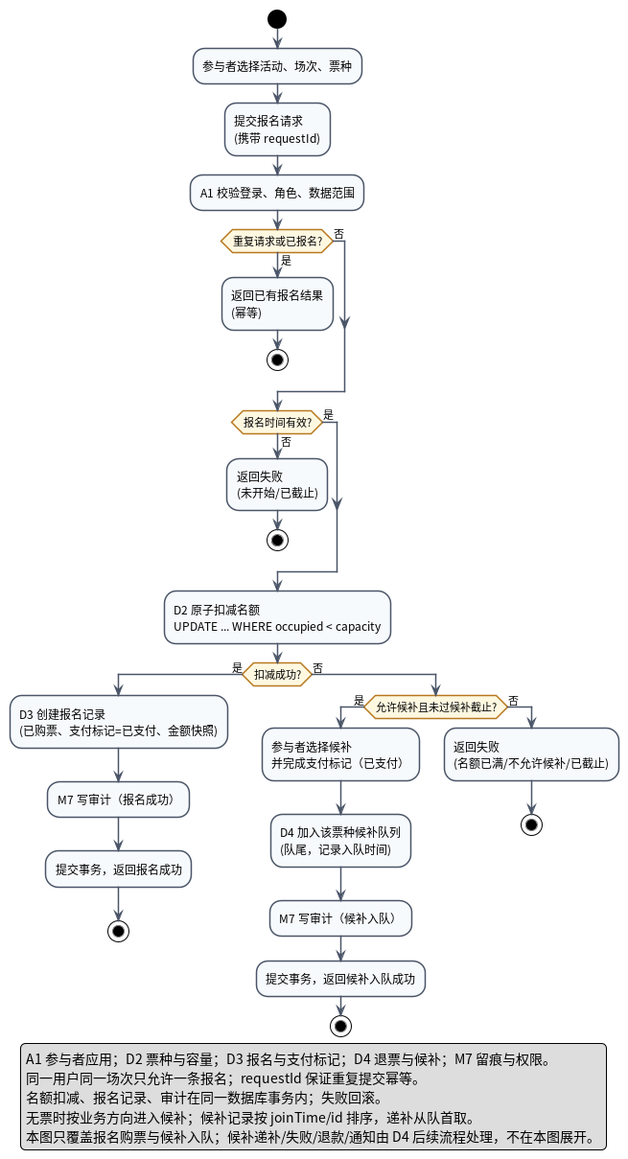
Earlier version of the PlantUML export lab2/UML/UML活动图_报名购票.png (Lewis-44-China/se-lab1-requirements).
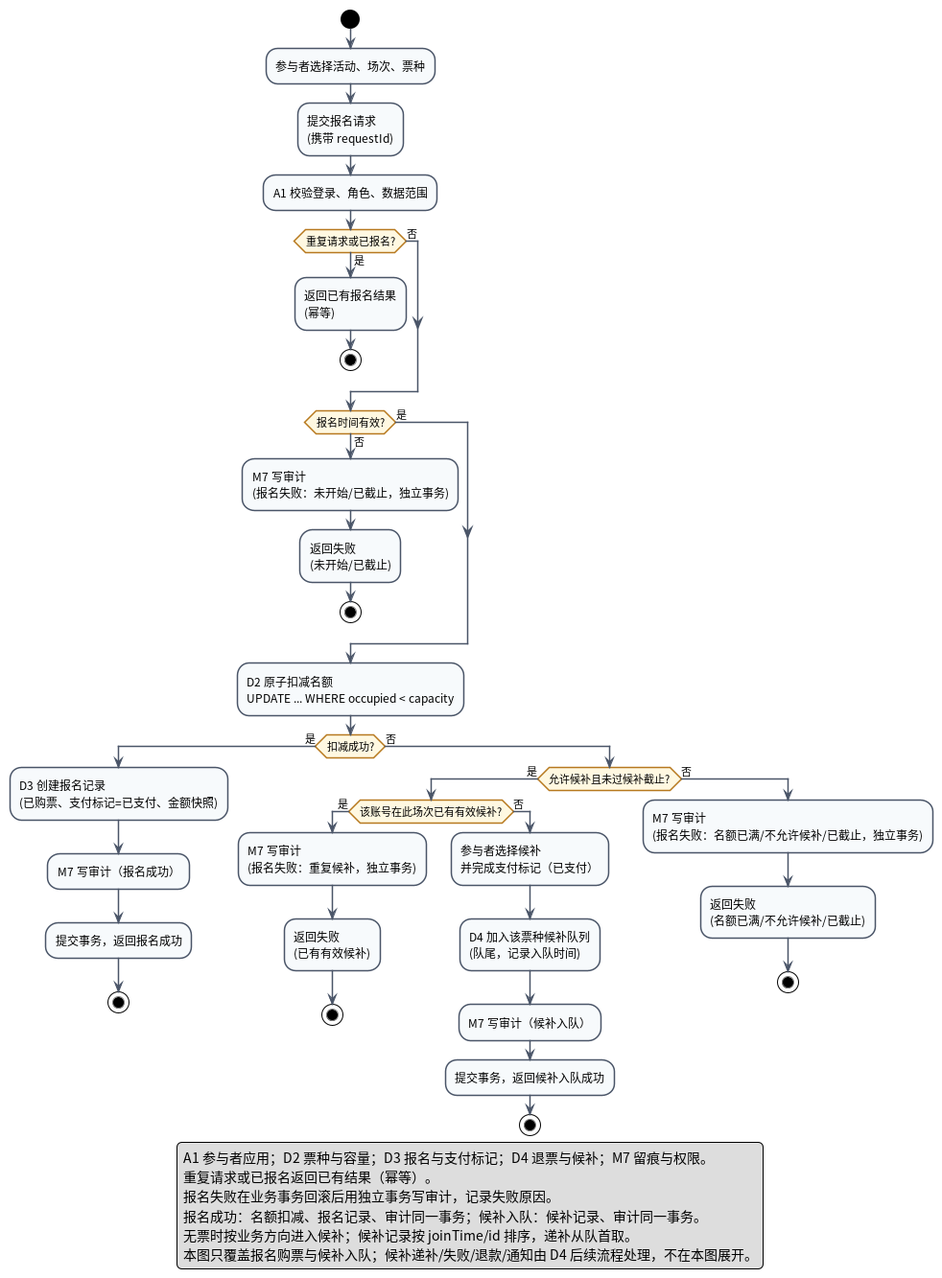
After the commit.

Diff of the diagram source:
```diff
@@ -21,6 +21,7 @@
 endif
 
 if (报名时间有效?) then (否)
+  :M7 写审计\n(报名失败：未开始/已截止，独立事务);
   :返回失败\n(未开始/已截止);
   stop
 else (是)
@@ -34,12 +35,19 @@
   stop
 else (否)
   if (允许候补且未过候补截止?) then (是)
-    :参与者选择候补\n并完成支付标记（已支付）;
-    :D4 加入该票种候补队列\n(队尾，记录入队时间);
-    :M7 写审计（候补入队）;
-    :提交事务，返回候补入队成功;
-    stop
+    if (该账号在此场次已有有效候补?) then (是)
+      :M7 写审计\n(报名失败：重复候补，独立事务);
+      :返回失败\n(已有有效候补);
+      stop
+    else (否)
+      :参与者选择候补\n并完成支付标记（已支付）;
+      :D4 加入该票种候补队列\n(队尾，记录入队时间);
+      :M7 写审计（候补入队）;
+      :提交事务，返回候补入队成功;
+      stop
+    endif
   else (否)
+    :M7 写审计\n(报名失败：名额已满/不允许候补/已截止，独立事务);
     :返回失败\n(名额已满/不允许候补/已截止);
     stop
   endif
@@ -47,8 +55,9 @@
 
 legend bottom
   A1 参与者应用；D2 票种与容量；D3 报名与支付标记；D4 退票与候补；M7 留痕与权限。
-  同一用户同一场次只允许一条报名；requestId 保证重复提交幂等。
-  名额扣减、报名记录、审计在同一数据库事务内；失败回滚。
+  重复请求或已报名返回已有结果（幂等）。
+  报名失败在业务事务回滚后用独立事务写审计，记录失败原因。
+  报名成功：名额扣减、报名记录、审计同一事务；候补入队：候补记录、审计同一事务。
   无票时按业务方向进入候补；候补记录按 joinTime/id 排序，递补从队首取。
   本图只覆盖报名购票与候补入队；候补递补/失败/退款/通知由 D4 后续流程处理，不在本图展开。
 endlegend
```
